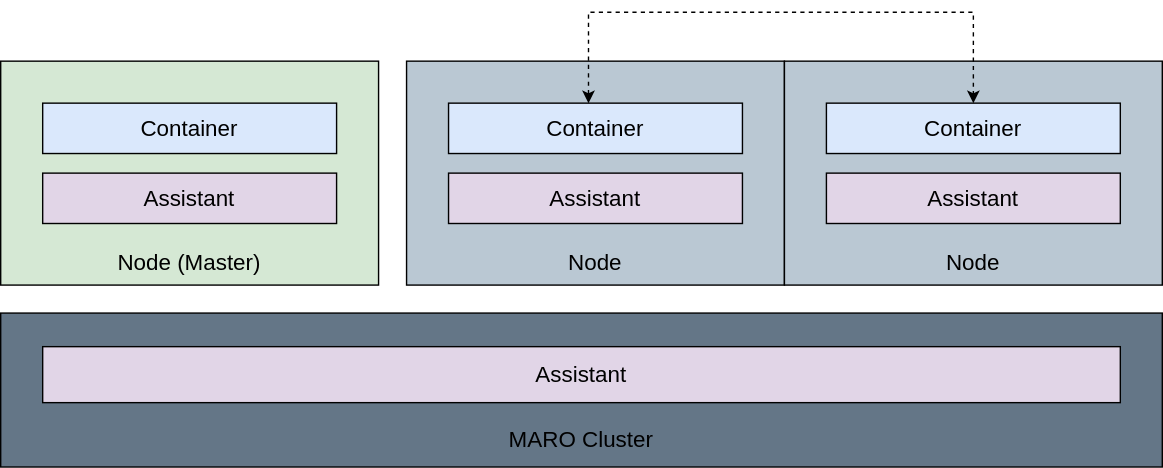
Earlier version of the draw.io export docs/source/images/distributed/orch_overview.svg (microsoft/maro). Source tidied: cells renumbered, new cells last; positions are measured from the earlier drawing's top-left corner, leaving out a move shared by most shapes. The source it was exported from:
```xml
<mxGraphModel>
  <root>
    <mxCell id="0" />
    <mxCell id="1" parent="0" />
    <mxCell id="2" style="rounded=0;whiteSpace=wrap;html=1;verticalAlign=bottom;spacing=6;fillColor=#647687;fontColor=#ffffff;" parent="1" vertex="1">
      <mxGeometry y="215" width="830" height="110" as="geometry" />
    </mxCell>
    <mxCell id="3" value="&lt;span style=&quot;font-size: 16px&quot;&gt;Assistant&lt;/span&gt;" style="rounded=0;whiteSpace=wrap;html=1;fillColor=#e1d5e7;" parent="1" vertex="1">
      <mxGeometry x="30" y="239" width="770" height="40" as="geometry" />
    </mxCell>
    <mxCell id="4" value="&lt;font style=&quot;font-size: 16px&quot;&gt;&lt;font style=&quot;font-size: 16px&quot;&gt;MARO &lt;/font&gt;Cluster&lt;/font&gt;" style="text;html=1;strokeColor=none;fillColor=none;align=center;verticalAlign=middle;whiteSpace=wrap;rounded=0;" parent="1" vertex="1">
      <mxGeometry x="10" y="295" width="810" height="20" as="geometry" />
    </mxCell>
    <mxCell id="5" value="&lt;font style=&quot;font-size: 16px&quot;&gt;Node (Master)&lt;/font&gt;" style="rounded=0;whiteSpace=wrap;html=1;spacing=6;verticalAlign=bottom;fillColor=#d5e8d4;" parent="1" vertex="1">
      <mxGeometry y="35" width="270" height="160" as="geometry" />
    </mxCell>
    <mxCell id="6" value="&lt;font style=&quot;font-size: 16px&quot;&gt;Node&lt;/font&gt;" style="rounded=0;whiteSpace=wrap;html=1;spacing=6;verticalAlign=bottom;fillColor=#bac8d3;" parent="1" vertex="1">
      <mxGeometry x="290" y="35" width="270" height="160" as="geometry" />
    </mxCell>
    <mxCell id="7" value="&lt;font style=&quot;font-size: 16px&quot;&gt;Node&lt;/font&gt;" style="rounded=0;whiteSpace=wrap;html=1;spacing=6;verticalAlign=bottom;fillColor=#bac8d3;" parent="1" vertex="1">
      <mxGeometry x="560" y="35" width="270" height="160" as="geometry" />
    </mxCell>
    <mxCell id="8" value="Container" style="rounded=0;whiteSpace=wrap;html=1;spacing=6;verticalAlign=middle;fillColor=#dae8fc;fontSize=16;" parent="1" vertex="1">
      <mxGeometry x="30" y="65" width="210" height="36" as="geometry" />
    </mxCell>
    <mxCell id="9" value="Assistant" style="rounded=0;whiteSpace=wrap;html=1;spacing=6;verticalAlign=middle;fillColor=#e1d5e7;fontSize=16;" parent="1" vertex="1">
      <mxGeometry x="30" y="115" width="210" height="36" as="geometry" />
    </mxCell>
    <mxCell id="10" value="Container" style="rounded=0;whiteSpace=wrap;html=1;spacing=6;verticalAlign=middle;fillColor=#dae8fc;fontSize=16;" parent="1" vertex="1">
      <mxGeometry x="320" y="65" width="210" height="36" as="geometry" />
    </mxCell>
    <mxCell id="11" value="Assistant" style="rounded=0;whiteSpace=wrap;html=1;spacing=6;verticalAlign=middle;fillColor=#e1d5e7;fontSize=16;" parent="1" vertex="1">
      <mxGeometry x="320" y="115" width="210" height="36" as="geometry" />
    </mxCell>
    <mxCell id="12" value="Container" style="rounded=0;whiteSpace=wrap;html=1;spacing=6;verticalAlign=middle;fillColor=#dae8fc;fontSize=16;" parent="1" vertex="1">
      <mxGeometry x="590" y="65" width="210" height="36" as="geometry" />
    </mxCell>
    <mxCell id="13" value="Assistant" style="rounded=0;whiteSpace=wrap;html=1;spacing=6;verticalAlign=middle;fillColor=#e1d5e7;fontSize=16;" parent="1" vertex="1">
      <mxGeometry x="590" y="115" width="210" height="36" as="geometry" />
    </mxCell>
    <mxCell id="14" style="edgeStyle=orthogonalEdgeStyle;rounded=0;orthogonalLoop=1;jettySize=auto;html=1;exitX=0.75;exitY=0;exitDx=0;exitDy=0;entryX=0.5;entryY=0;entryDx=0;entryDy=0;startArrow=classic;startFill=1;dashed=1;" parent="1" edge="1">
      <mxGeometry relative="1" as="geometry">
        <mxPoint x="420" y="65" as="sourcePoint" />
        <mxPoint x="695" y="65" as="targetPoint" />
        <Array as="points">
          <mxPoint x="420" />
          <mxPoint x="695" />
        </Array>
      </mxGeometry>
    </mxCell>
  </root>
</mxGraphModel>
```
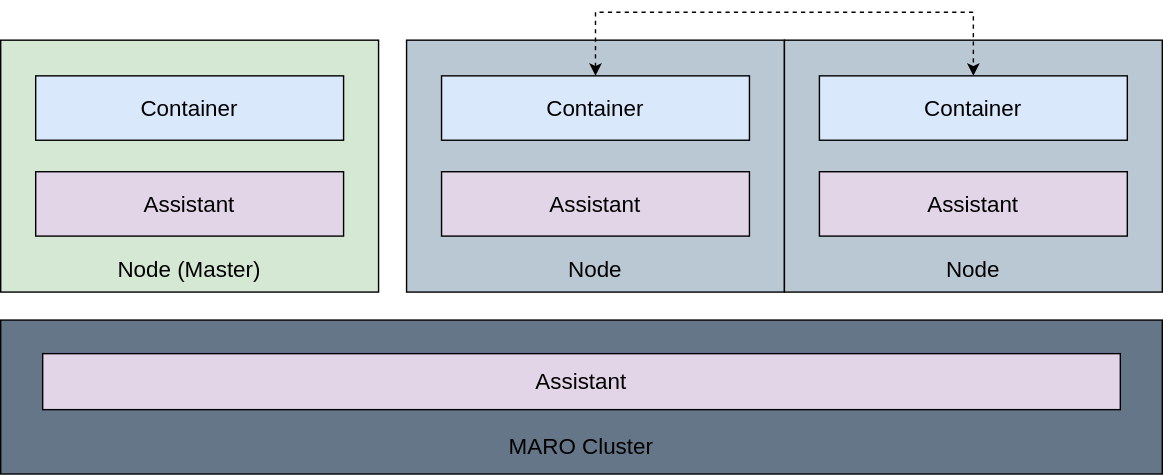
After the commit.

Change to the diagram source:
```diff
@@ -12,39 +12,37 @@
       <mxGeometry x="10" y="295" width="810" height="20" as="geometry" />
     </mxCell>
     <mxCell id="5" value="&lt;font style=&quot;font-size: 16px&quot;&gt;Node (Master)&lt;/font&gt;" style="rounded=0;whiteSpace=wrap;html=1;spacing=6;verticalAlign=bottom;fillColor=#d5e8d4;" parent="1" vertex="1">
-      <mxGeometry y="35" width="270" height="160" as="geometry" />
+      <mxGeometry y="15" width="270" height="180" as="geometry" />
     </mxCell>
     <mxCell id="6" value="&lt;font style=&quot;font-size: 16px&quot;&gt;Node&lt;/font&gt;" style="rounded=0;whiteSpace=wrap;html=1;spacing=6;verticalAlign=bottom;fillColor=#bac8d3;" parent="1" vertex="1">
-      <mxGeometry x="290" y="35" width="270" height="160" as="geometry" />
+      <mxGeometry x="290" y="15" width="270" height="180" as="geometry" />
     </mxCell>
     <mxCell id="7" value="&lt;font style=&quot;font-size: 16px&quot;&gt;Node&lt;/font&gt;" style="rounded=0;whiteSpace=wrap;html=1;spacing=6;verticalAlign=bottom;fillColor=#bac8d3;" parent="1" vertex="1">
-      <mxGeometry x="560" y="35" width="270" height="160" as="geometry" />
+      <mxGeometry x="560" y="15" width="270" height="180" as="geometry" />
     </mxCell>
     <mxCell id="8" value="Container" style="rounded=0;whiteSpace=wrap;html=1;spacing=6;verticalAlign=middle;fillColor=#dae8fc;fontSize=16;" parent="1" vertex="1">
-      <mxGeometry x="30" y="65" width="210" height="36" as="geometry" />
+      <mxGeometry x="25" y="40.5" width="220" height="46" as="geometry" />
     </mxCell>
     <mxCell id="9" value="Assistant" style="rounded=0;whiteSpace=wrap;html=1;spacing=6;verticalAlign=middle;fillColor=#e1d5e7;fontSize=16;" parent="1" vertex="1">
-      <mxGeometry x="30" y="115" width="210" height="36" as="geometry" />
+      <mxGeometry x="25" y="109" width="220" height="46" as="geometry" />
     </mxCell>
     <mxCell id="10" value="Container" style="rounded=0;whiteSpace=wrap;html=1;spacing=6;verticalAlign=middle;fillColor=#dae8fc;fontSize=16;" parent="1" vertex="1">
-      <mxGeometry x="320" y="65" width="210" height="36" as="geometry" />
+      <mxGeometry x="315" y="40.5" width="220" height="46" as="geometry" />
     </mxCell>
     <mxCell id="11" value="Assistant" style="rounded=0;whiteSpace=wrap;html=1;spacing=6;verticalAlign=middle;fillColor=#e1d5e7;fontSize=16;" parent="1" vertex="1">
-      <mxGeometry x="320" y="115" width="210" height="36" as="geometry" />
+      <mxGeometry x="315" y="109" width="220" height="46" as="geometry" />
     </mxCell>
     <mxCell id="12" value="Container" style="rounded=0;whiteSpace=wrap;html=1;spacing=6;verticalAlign=middle;fillColor=#dae8fc;fontSize=16;" parent="1" vertex="1">
-      <mxGeometry x="590" y="65" width="210" height="36" as="geometry" />
+      <mxGeometry x="585" y="40.5" width="220" height="46" as="geometry" />
     </mxCell>
     <mxCell id="13" value="Assistant" style="rounded=0;whiteSpace=wrap;html=1;spacing=6;verticalAlign=middle;fillColor=#e1d5e7;fontSize=16;" parent="1" vertex="1">
-      <mxGeometry x="590" y="115" width="210" height="36" as="geometry" />
+      <mxGeometry x="585" y="109" width="220" height="46" as="geometry" />
     </mxCell>
-    <mxCell id="14" style="edgeStyle=orthogonalEdgeStyle;rounded=0;orthogonalLoop=1;jettySize=auto;html=1;exitX=0.75;exitY=0;exitDx=0;exitDy=0;entryX=0.5;entryY=0;entryDx=0;entryDy=0;startArrow=classic;startFill=1;dashed=1;" parent="1" edge="1">
+    <mxCell id="14" style="edgeStyle=orthogonalEdgeStyle;rounded=0;jettySize=auto;html=1;exitX=0.5;exitY=0;exitDx=0;exitDy=0;entryX=0.5;entryY=0;entryDx=0;entryDy=0;startArrow=classic;startFill=1;dashed=1;" parent="1" edge="1" source="10" target="12">
       <mxGeometry relative="1" as="geometry">
-        <mxPoint x="420" y="65" as="sourcePoint" />
-        <mxPoint x="695" y="65" as="targetPoint" />
         <Array as="points">
-          <mxPoint x="420" />
-          <mxPoint x="695" />
+          <mxPoint x="425" y="-5" />
+          <mxPoint x="695" y="-5" />
         </Array>
       </mxGeometry>
     </mxCell>
```
